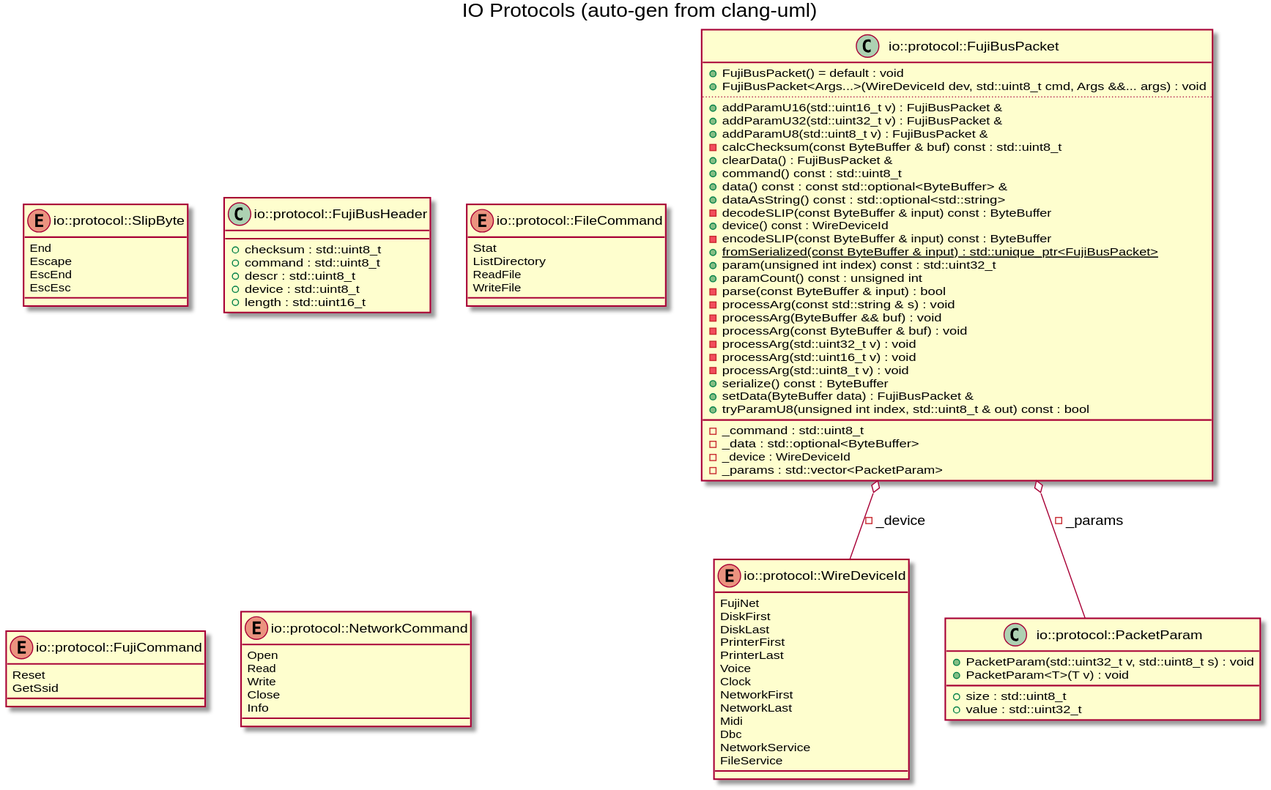
Before: docs/images/gen_io_protocol.svg, a diagram exported from PlantUML (markjfisher/fujinet-nio). The source it was exported from:
```plantuml
@startuml
title IO Protocols (auto-gen from clang-uml)
enum "io::protocol::WireDeviceId" as C_0015225225004340369839
enum C_0015225225004340369839 {
FujiNet
DiskFirst
DiskLast
PrinterFirst
PrinterLast
Voice
Clock
NetworkFirst
NetworkLast
Midi
Dbc
NetworkService
FileService
}
enum "io::protocol::SlipByte" as C_0010627602090167488081
enum C_0010627602090167488081 {
End
Escape
EscEnd
EscEsc
}
class "io::protocol::PacketParam" as C_0003277087640557799971
class C_0003277087640557799971 {
+PacketParam(std::uint32_t v, std::uint8_t s) : void
+PacketParam<T>(T v) : void
__
+size : std::uint8_t
+value : std::uint32_t
}
class "io::protocol::FujiBusPacket" as C_0017232777488057089840
class C_0017232777488057089840 {
+FujiBusPacket() = default : void
+FujiBusPacket<Args...>(WireDeviceId dev, std::uint8_t cmd, Args &&... args) : void
..
+addParamU16(std::uint16_t v) : FujiBusPacket &
+addParamU32(std::uint32_t v) : FujiBusPacket &
+addParamU8(std::uint8_t v) : FujiBusPacket &
-calcChecksum(const ByteBuffer & buf) const : std::uint8_t
+clearData() : FujiBusPacket &
+command() const : std::uint8_t
+data() const : const std::optional<ByteBuffer> &
+dataAsString() const : std::optional<std::string>
-decodeSLIP(const ByteBuffer & input) const : ByteBuffer
+device() const : WireDeviceId
-encodeSLIP(const ByteBuffer & input) const : ByteBuffer
{static} +fromSerialized(const ByteBuffer & input) : std::unique_ptr<FujiBusPacket>
+param(unsigned int index) const : std::uint32_t
+paramCount() const : unsigned int
-parse(const ByteBuffer & input) : bool
-processArg(const std::string & s) : void
-processArg(ByteBuffer && buf) : void
-processArg(const ByteBuffer & buf) : void
-processArg(std::uint32_t v) : void
-processArg(std::uint16_t v) : void
-processArg(std::uint8_t v) : void
+serialize() const : ByteBuffer
+setData(ByteBuffer data) : FujiBusPacket &
+tryParamU8(unsigned int index, std::uint8_t & out) const : bool
__
-_command : std::uint8_t
-_data : std::optional<ByteBuffer>
-_device : WireDeviceId
-_params : std::vector<PacketParam>
}
class "io::protocol::FujiBusHeader" as C_0009954510640382192371
class C_0009954510640382192371 {
__
+checksum : std::uint8_t
+command : std::uint8_t
+descr : std::uint8_t
+device : std::uint8_t
+length : std::uint16_t
}
enum "io::protocol::FileCommand" as C_0003895064208135060769
enum C_0003895064208135060769 {
Stat
ListDirectory
ReadFile
WriteFile
}
enum "io::protocol::FujiCommand" as C_0004628219160953719395
enum C_0004628219160953719395 {
Reset
GetSsid
}
enum "io::protocol::NetworkCommand" as C_0007700754280455587098
enum C_0007700754280455587098 {
Open
Read
Write
Close
Info
}
C_0017232777488057089840 o-- C_0015225225004340369839 : -_device
C_0017232777488057089840 o-- C_0003277087640557799971 : -_params

@enduml
```
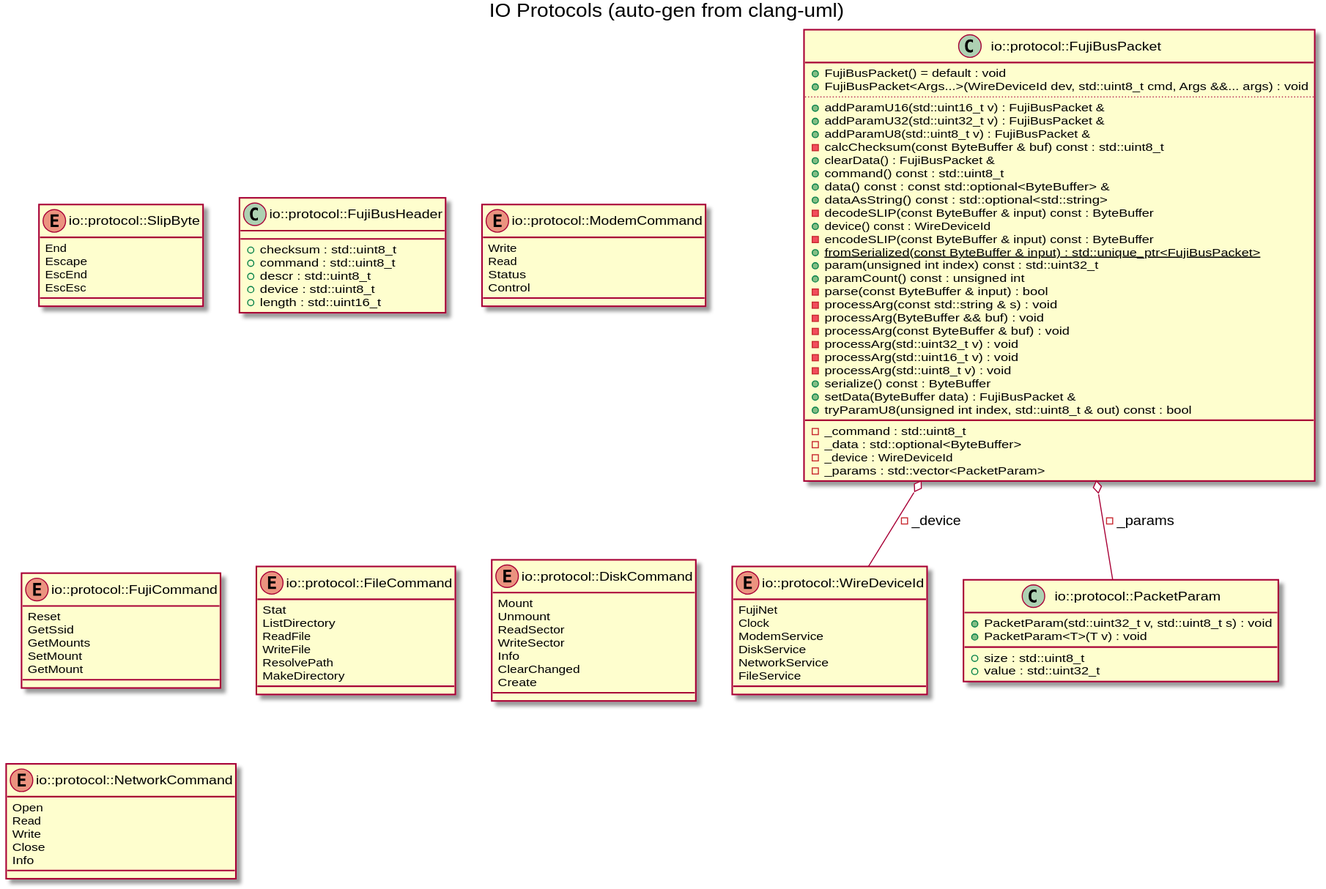
After the commit.

What changed in the source:
```diff
@@ -3,16 +3,9 @@
 enum "io::protocol::WireDeviceId" as C_0015225225004340369839
 enum C_0015225225004340369839 {
 FujiNet
-DiskFirst
-DiskLast
-PrinterFirst
-PrinterLast
-Voice
 Clock
-NetworkFirst
-NetworkLast
-Midi
-Dbc
+ModemService
+DiskService
 NetworkService
 FileService
 }
@@ -75,17 +68,39 @@
 +device : std::uint8_t
 +length : std::uint16_t
 }
+enum "io::protocol::ModemCommand" as C_0010997942004027913014
+enum C_0010997942004027913014 {
+Write
+Read
+Status
+Control
+}
+enum "io::protocol::FujiCommand" as C_0004628219160953719395
+enum C_0004628219160953719395 {
+Reset
+GetSsid
+GetMounts
+SetMount
+GetMount
+}
 enum "io::protocol::FileCommand" as C_0003895064208135060769
 enum C_0003895064208135060769 {
 Stat
 ListDirectory
 ReadFile
 WriteFile
+ResolvePath
+MakeDirectory
 }
-enum "io::protocol::FujiCommand" as C_0004628219160953719395
-enum C_0004628219160953719395 {
-Reset
-GetSsid
+enum "io::protocol::DiskCommand" as C_0015699043703645047876
+enum C_0015699043703645047876 {
+Mount
+Unmount
+ReadSector
+WriteSector
+Info
+ClearChanged
+Create
 }
 enum "io::protocol::NetworkCommand" as C_0007700754280455587098
 enum C_0007700754280455587098 {
```
